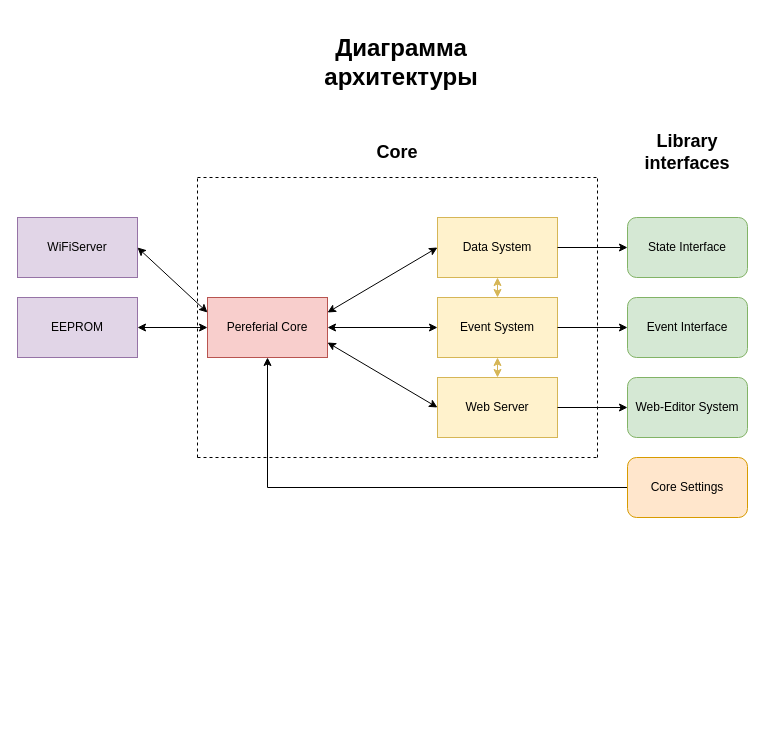
Lisoveliy/SVET keeps this draw.io diagram as docs/MainArchitecture.drawio. Above is the earlier version. Source tidied: cells renumbered, new cells numbered last; positions are measured from the earlier drawing's top-left corner, leaving out a move shared by most shapes. Both pictures are drawn from the tidied source at 100%, with x=0, y=0 at pixel (17, 47).
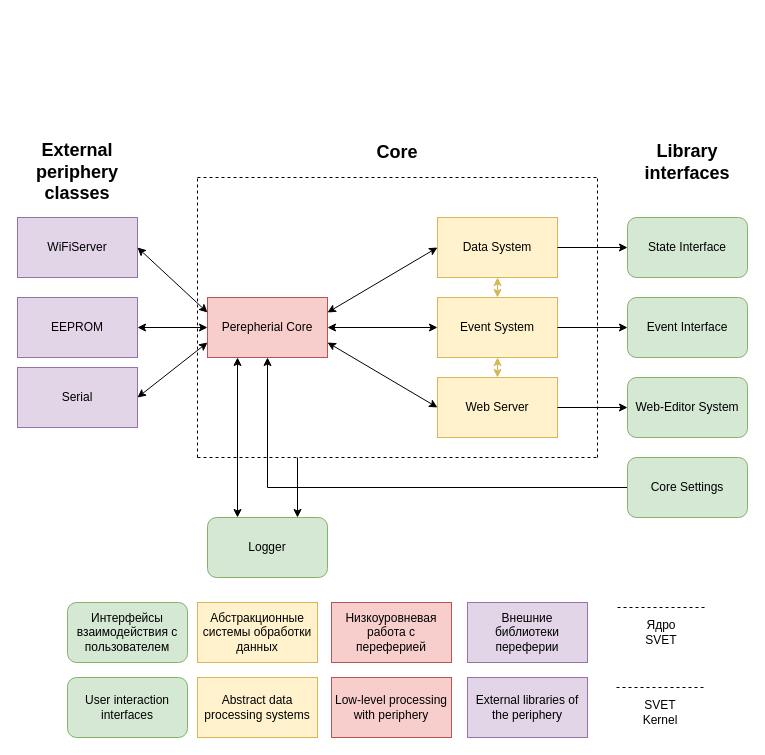
After the change.

What changed in the source:
```diff
@@
-    <mxCell id="2" value="&lt;h1&gt;&lt;b&gt;Диаграмма архитектуры&lt;/b&gt;&lt;/h1&gt;" style="text;html=1;align=center;verticalAlign=middle;whiteSpace=wrap;rounded=0;" parent="1" vertex="1">
-      <mxGeometry x="354" width="60" height="30" as="geometry" />
-    </mxCell>
-    <mxCell id="3" value="Pereferial Core" style="rounded=0;whiteSpace=wrap;html=1;fillColor=#f8cecc;strokeColor=#b85450;" parent="1" vertex="1">
+    <mxCell id="3" value="Perepherial Core" style="rounded=0;whiteSpace=wrap;html=1;fillColor=#f8cecc;strokeColor=#b85450;" parent="1" vertex="1">
       <mxGeometry x="190" y="250" width="120" height="60" as="geometry" />
     </mxCell>
@@
     <mxCell id="23" value="&lt;h2&gt;Library interfaces&lt;/h2&gt;" style="text;html=1;align=center;verticalAlign=middle;whiteSpace=wrap;rounded=0;" parent="1" vertex="1">
-      <mxGeometry x="640" y="90" width="60" height="30" as="geometry" />
+      <mxGeometry x="640" y="100" width="60" height="30" as="geometry" />
     </mxCell>
@@
-    <mxCell id="29" value="Core Settings" style="rounded=1;whiteSpace=wrap;html=1;fillColor=#ffe6cc;strokeColor=#d79b00;" parent="1" vertex="1">
+    <mxCell id="29" value="Core Settings" style="rounded=1;whiteSpace=wrap;html=1;fillColor=#d5e8d4;strokeColor=#82b366;" parent="1" vertex="1">
       <mxGeometry x="610" y="410" width="120" height="60" as="geometry" />
     </mxCell>
+    <mxCell id="30" value="Logger" style="rounded=1;whiteSpace=wrap;html=1;fillColor=#d5e8d4;strokeColor=#82b366;" parent="1" vertex="1">
+      <mxGeometry x="190" y="470" width="120" height="60" as="geometry" />
+    </mxCell>
+    <mxCell id="31" value="Интерфейсы взаимодействия с пользователем" style="rounded=1;whiteSpace=wrap;html=1;fillColor=#d5e8d4;strokeColor=#82b366;" parent="1" vertex="1">
+      <mxGeometry x="50" y="555" width="120" height="60" as="geometry" />
+    </mxCell>
+    <mxCell id="32" value="Абстракционные системы обработки данных" style="rounded=0;whiteSpace=wrap;html=1;fillColor=#fff2cc;strokeColor=#d6b656;" parent="1" vertex="1">
+      <mxGeometry x="180" y="555" width="120" height="60" as="geometry" />
+    </mxCell>
+    <mxCell id="33" value="Низкоуровневая работа с переферией" style="rounded=0;whiteSpace=wrap;html=1;fillColor=#f8cecc;strokeColor=#b85450;" parent="1" vertex="1">
+      <mxGeometry x="314" y="555" width="120" height="60" as="geometry" />
+    </mxCell>
+    <mxCell id="34" value="Внешние библиотеки переферии" style="rounded=0;whiteSpace=wrap;html=1;fillColor=#e1d5e7;strokeColor=#9673a6;" parent="1" vertex="1">
+      <mxGeometry x="450" y="555" width="120" height="60" as="geometry" />
+    </mxCell>
+    <mxCell id="35" value="Serial" style="rounded=0;whiteSpace=wrap;html=1;fillColor=#e1d5e7;strokeColor=#9673a6;" parent="1" vertex="1">
+      <mxGeometry y="320" width="120" height="60" as="geometry" />
+    </mxCell>
+    <mxCell id="36" style="endArrow=classic;startArrow=classic;html=1;rounded=0;entryX=0.25;entryY=0;entryDx=0;entryDy=0;exitX=0.25;exitY=1;exitDx=0;exitDy=0;" parent="1" edge="1" source="3" target="30">
+      <mxGeometry relative="1" as="geometry" />
+    </mxCell>
+    <mxCell id="37" style="endArrow=classic;startArrow=classic;html=1;rounded=0;entryX=0;entryY=0.75;entryDx=0;entryDy=0;exitX=1;exitY=0.5;exitDx=0;exitDy=0;" parent="1" edge="1" source="35" target="3">
+      <mxGeometry relative="1" as="geometry" />
+    </mxCell>
+    <mxCell id="38" style="endArrow=classic;html=1;rounded=0;entryX=0.75;entryY=0;entryDx=0;entryDy=0;" parent="1" edge="1" target="30">
+      <mxGeometry relative="1" as="geometry">
+        <mxPoint x="280" y="410" as="sourcePoint" />
+      </mxGeometry>
+    </mxCell>
+    <mxCell id="39" style="endArrow=none;dashed=1;html=1;rounded=0;" parent="1" edge="1">
+      <mxGeometry relative="1" as="geometry">
+        <mxPoint x="600" y="560" as="sourcePoint" />
+        <mxPoint x="690" y="560" as="targetPoint" />
+      </mxGeometry>
+    </mxCell>
+    <mxCell id="40" value="Ядро SVET" style="text;html=1;align=center;verticalAlign=middle;whiteSpace=wrap;rounded=0;" parent="1" vertex="1">
+      <mxGeometry x="614" y="570" width="60" height="30" as="geometry" />
+    </mxCell>
+    <mxCell id="41" value="User interaction interfaces" style="rounded=1;whiteSpace=wrap;html=1;fillColor=#d5e8d4;strokeColor=#82b366;" parent="1" vertex="1">
+      <mxGeometry x="50" y="630" width="120" height="60" as="geometry" />
+    </mxCell>
+    <mxCell id="42" value="Abstract data processing systems" style="rounded=0;whiteSpace=wrap;html=1;fillColor=#fff2cc;strokeColor=#d6b656;" parent="1" vertex="1">
+      <mxGeometry x="180" y="630" width="120" height="60" as="geometry" />
+    </mxCell>
+    <mxCell id="43" value="Low-level processing with periphery" style="rounded=0;whiteSpace=wrap;html=1;fillColor=#f8cecc;strokeColor=#b85450;" parent="1" vertex="1">
+      <mxGeometry x="314" y="630" width="120" height="60" as="geometry" />
+    </mxCell>
+    <mxCell id="44" value="External libraries of the periphery" style="rounded=0;whiteSpace=wrap;html=1;fillColor=#e1d5e7;strokeColor=#9673a6;" parent="1" vertex="1">
+      <mxGeometry x="450" y="630" width="120" height="60" as="geometry" />
+    </mxCell>
+    <mxCell id="45" style="endArrow=none;dashed=1;html=1;rounded=0;" parent="1" edge="1">
+      <mxGeometry relative="1" as="geometry">
+        <mxPoint x="599" y="640" as="sourcePoint" />
+        <mxPoint x="689" y="640" as="targetPoint" />
+      </mxGeometry>
+    </mxCell>
+    <mxCell id="46" value="SVET Kernel" style="text;html=1;align=center;verticalAlign=middle;whiteSpace=wrap;rounded=0;" parent="1" vertex="1">
+      <mxGeometry x="613" y="650" width="60" height="30" as="geometry" />
+    </mxCell>
+    <mxCell id="47" value="&lt;h2&gt;External periphery classes&lt;/h2&gt;" style="text;html=1;align=center;verticalAlign=middle;whiteSpace=wrap;rounded=0;" parent="1" vertex="1">
+      <mxGeometry x="30" y="110" width="60" height="30" as="geometry" />
+    </mxCell>
```
